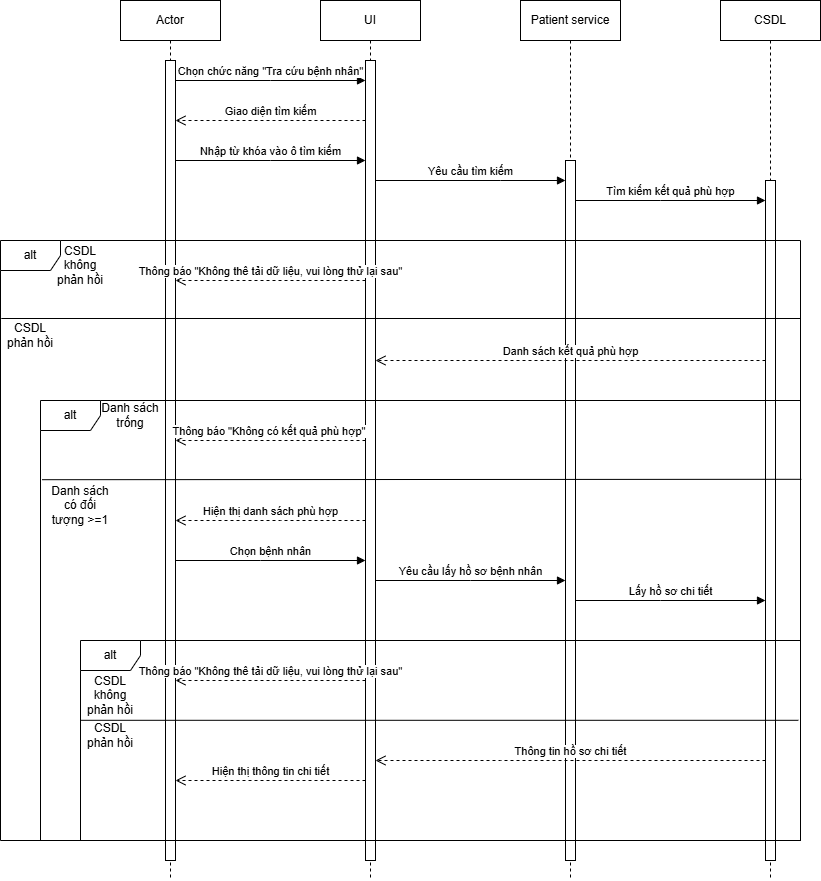
Before: Sequence32_1.drawio.png, a diagram exported from draw.io (Thiencc03-07-2006/PTIT_CNTT2_IT105_Project). Source tidied: cells renumbered, new cells last; positions are measured from the earlier drawing's top-left corner, leaving out a move shared by most shapes.
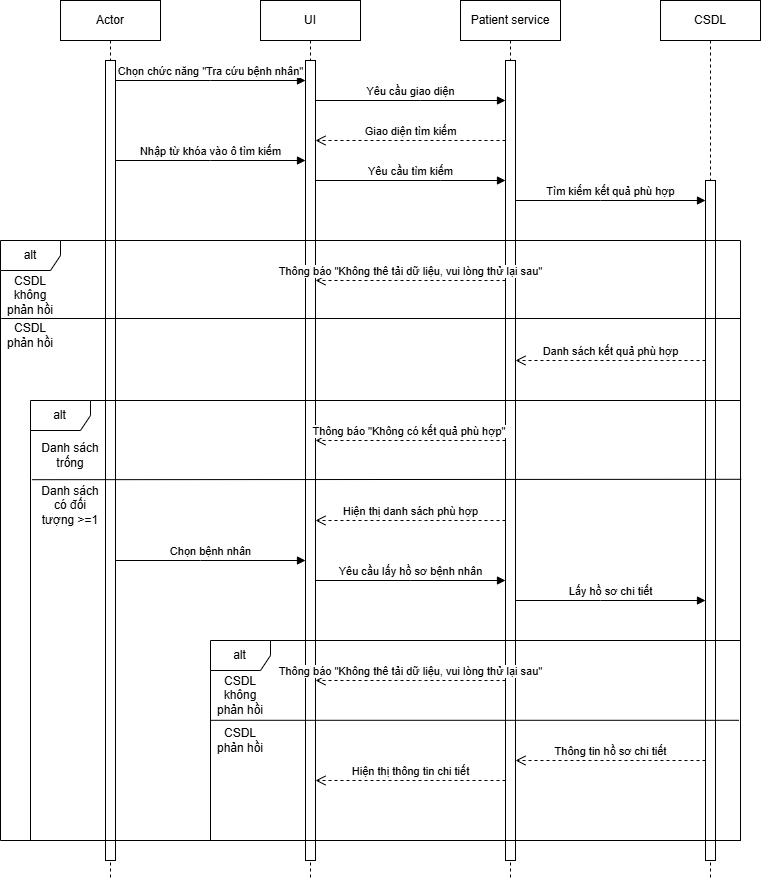
The same file after the commit.

Diff of the diagram source:
```diff
@@ -2,18 +2,70 @@
   <root>
     <mxCell id="0" />
     <mxCell id="1" parent="0" />
+    <mxCell id="37" style="edgeStyle=orthogonalEdgeStyle;rounded=0;orthogonalLoop=1;jettySize=auto;html=1;" parent="1" edge="1">
+      <mxGeometry relative="1" as="geometry">
+        <mxPoint x="220" y="340" as="sourcePoint" />
+      </mxGeometry>
+    </mxCell>
+    <mxCell id="38" value="Text" style="edgeLabel;html=1;align=center;verticalAlign=middle;" parent="37" vertex="1">
+      <mxGeometry x="-0.17" y="1" relative="1" as="geometry" />
+    </mxCell>
+    <mxCell id="39" style="edgeStyle=orthogonalEdgeStyle;rounded=0;orthogonalLoop=1;jettySize=auto;html=1;" parent="1" edge="1">
+      <mxGeometry relative="1" as="geometry">
+        <mxPoint x="380" y="370" as="sourcePoint" />
+      </mxGeometry>
+    </mxCell>
+    <mxCell id="40" value="Text" style="edgeLabel;html=1;align=center;verticalAlign=middle;" parent="39" vertex="1">
+      <mxGeometry x="-0.17" y="1" relative="1" as="geometry" />
+    </mxCell>
+    <mxCell id="41" value="1..* day" style="endArrow=none;html=1;strokeColor=#000000;" parent="1" edge="1">
+      <mxGeometry relative="1" as="geometry">
+        <mxPoint x="530" y="200" as="sourcePoint" />
+      </mxGeometry>
+    </mxCell>
+    <mxCell id="42" value="*..* dangKy" style="endArrow=none;html=1;strokeColor=#000000;" parent="1" edge="1">
+      <mxGeometry relative="1" as="geometry">
+        <mxPoint x="830" y="200" as="targetPoint" />
+      </mxGeometry>
+    </mxCell>
+    <mxCell id="43" style="edgeStyle=orthogonalEdgeStyle;rounded=0;orthogonalLoop=1;jettySize=auto;html=1;" parent="1" edge="1">
+      <mxGeometry relative="1" as="geometry">
+        <mxPoint x="340" y="590" as="sourcePoint" />
+      </mxGeometry>
+    </mxCell>
+    <mxCell id="44" value="Text" style="edgeLabel;html=1;align=center;verticalAlign=middle;" parent="43" vertex="1">
+      <mxGeometry x="-0.17" y="1" relative="1" as="geometry" />
+    </mxCell>
+    <mxCell id="45" style="edgeStyle=orthogonalEdgeStyle;rounded=0;orthogonalLoop=1;jettySize=auto;html=1;" parent="1" edge="1">
+      <mxGeometry relative="1" as="geometry">
+        <mxPoint x="500" y="620" as="sourcePoint" />
+      </mxGeometry>
+    </mxCell>
+    <mxCell id="46" value="Text" style="edgeLabel;html=1;align=center;verticalAlign=middle;" parent="45" vertex="1">
+      <mxGeometry x="-0.17" y="1" relative="1" as="geometry" />
+    </mxCell>
+    <mxCell id="47" value="1..* day" style="endArrow=none;html=1;strokeColor=#000000;" parent="1" edge="1">
+      <mxGeometry relative="1" as="geometry">
+        <mxPoint x="650" y="450" as="sourcePoint" />
+      </mxGeometry>
+    </mxCell>
+    <mxCell id="48" value="*..* dangKy" style="endArrow=none;html=1;strokeColor=#000000;" parent="1" edge="1">
+      <mxGeometry relative="1" as="geometry">
+        <mxPoint x="950" y="450" as="targetPoint" />
+      </mxGeometry>
+    </mxCell>
     <mxCell id="2" value="Patient service" style="shape=umlLifeline;perimeter=lifelinePerimeter;whiteSpace=wrap;html=1;newEdgeStyle={&quot;curved&quot;:0,&quot;rounded&quot;:0};" parent="1" vertex="1">
       <mxGeometry x="520" width="100" height="880" as="geometry" />
     </mxCell>
-    <mxCell id="3" style="html=1;points=[[0,0,0,0,5],[0,1,0,0,-5],[1,0,0,0,5],[1,1,0,0,-5]];perimeter=orthogonalPerimeter;outlineConnect=0;targetShapes=umlLifeline;portConstraint=eastwest;newEdgeStyle={&quot;curved&quot;:0,&quot;rounded&quot;:0};" parent="2" vertex="1">
-      <mxGeometry x="45" y="160" width="10" height="700" as="geometry" />
-    </mxCell>
+    <mxCell id="49" style="html=1;points=[[0,0,0,0,5],[0,1,0,0,-5],[1,0,0,0,5],[1,1,0,0,-5]];perimeter=orthogonalPerimeter;outlineConnect=0;targetShapes=umlLifeline;portConstraint=eastwest;newEdgeStyle={&quot;curved&quot;:0,&quot;rounded&quot;:0};" parent="2" vertex="1">
+      <mxGeometry x="45" y="60" width="10" height="800" as="geometry" />
+    </mxCell>
     <mxCell id="4" value="UI" style="shape=umlLifeline;perimeter=lifelinePerimeter;whiteSpace=wrap;html=1;newEdgeStyle={&quot;curved&quot;:0,&quot;rounded&quot;:0};" parent="1" vertex="1">
       <mxGeometry x="320" width="100" height="880" as="geometry" />
     </mxCell>
-    <mxCell id="5" style="html=1;points=[[0,0,0,0,5],[0,1,0,0,-5],[1,0,0,0,5],[1,1,0,0,-5]];perimeter=orthogonalPerimeter;outlineConnect=0;targetShapes=umlLifeline;portConstraint=eastwest;newEdgeStyle={&quot;curved&quot;:0,&quot;rounded&quot;:0};" parent="4" vertex="1">
-      <mxGeometry x="45" y="60" width="10" height="800" as="geometry" />
-    </mxCell>
+    <mxCell id="50" style="html=1;points=[[0,0,0,0,5],[0,1,0,0,-5],[1,0,0,0,5],[1,1,0,0,-5]];perimeter=orthogonalPerimeter;outlineConnect=0;targetShapes=umlLifeline;portConstraint=eastwest;newEdgeStyle={&quot;curved&quot;:0,&quot;rounded&quot;:0};" parent="4" vertex="1">
+      <mxGeometry x="45" y="60" width="10" height="800" as="geometry" />
+    </mxCell>
     <mxCell id="6" value="CSDL" style="shape=umlLifeline;perimeter=lifelinePerimeter;whiteSpace=wrap;html=1;newEdgeStyle={&quot;curved&quot;:0,&quot;rounded&quot;:0};" parent="1" vertex="1">
       <mxGeometry x="720" width="100" height="880" as="geometry" />
     </mxCell>
@@ -23,149 +75,156 @@
     <mxCell id="8" value="Actor" style="shape=umlLifeline;perimeter=lifelinePerimeter;whiteSpace=wrap;html=1;newEdgeStyle={&quot;curved&quot;:0,&quot;rounded&quot;:0};" parent="1" vertex="1">
       <mxGeometry x="120" width="100" height="880" as="geometry" />
     </mxCell>
-    <mxCell id="9" style="html=1;points=[[0,0,0,0,5],[0,1,0,0,-5],[1,0,0,0,5],[1,1,0,0,-5]];perimeter=orthogonalPerimeter;outlineConnect=0;targetShapes=umlLifeline;portConstraint=eastwest;newEdgeStyle={&quot;curved&quot;:0,&quot;rounded&quot;:0};" parent="8" vertex="1">
-      <mxGeometry x="45" y="60" width="10" height="800" as="geometry" />
-    </mxCell>
+    <mxCell id="51" style="html=1;points=[[0,0,0,0,5],[0,1,0,0,-5],[1,0,0,0,5],[1,1,0,0,-5]];perimeter=orthogonalPerimeter;outlineConnect=0;targetShapes=umlLifeline;portConstraint=eastwest;newEdgeStyle={&quot;curved&quot;:0,&quot;rounded&quot;:0};" parent="8" vertex="1">
+      <mxGeometry x="45" y="60" width="10" height="800" as="geometry" />
+    </mxCell>
-    <mxCell id="10" value="Chọn chức năng &quot;Tra cứu bệnh nhân&quot;" style="html=1;verticalAlign=bottom;endArrow=block;curved=0;rounded=0;" parent="1" edge="1" source="9" target="5">
+    <mxCell id="10" value="Chọn chức năng &quot;Tra cứu bệnh nhân&quot;" style="html=1;verticalAlign=bottom;endArrow=block;curved=0;rounded=0;" parent="1" edge="1" source="51" target="50">
       <mxGeometry relative="1" as="geometry">
         <Array as="points">
           <mxPoint x="270" y="80" />
         </Array>
       </mxGeometry>
     </mxCell>
-    <mxCell id="11" value="Giao diện tìm kiếm" style="html=1;verticalAlign=bottom;endArrow=open;dashed=1;endSize=8;curved=0;rounded=0;" parent="1" edge="1" source="5" target="9">
+    <mxCell id="11" value="Giao diện tìm kiếm" style="html=1;verticalAlign=bottom;endArrow=open;dashed=1;endSize=8;curved=0;rounded=0;" parent="1" edge="1" source="49" target="50">
       <mxGeometry relative="1" as="geometry">
         <Array as="points">
-          <mxPoint x="270" y="120" />
+          <mxPoint x="490" y="140" />
         </Array>
       </mxGeometry>
     </mxCell>
-    <mxCell id="12" value="Nhập từ khóa vào ô tìm kiếm" style="html=1;verticalAlign=bottom;endArrow=block;curved=0;rounded=0;" parent="1" edge="1" source="9" target="5">
+    <mxCell id="12" value="Nhập từ khóa vào ô tìm kiếm" style="html=1;verticalAlign=bottom;endArrow=block;curved=0;rounded=0;" parent="1" edge="1" source="51" target="50">
       <mxGeometry relative="1" as="geometry">
         <Array as="points">
           <mxPoint x="270" y="160" />
         </Array>
       </mxGeometry>
     </mxCell>
-    <mxCell id="13" value="Tìm kiếm kết quả phù hợp" style="html=1;verticalAlign=bottom;endArrow=block;curved=0;rounded=0;" parent="1" edge="1" source="3" target="7">
+    <mxCell id="13" value="Tìm kiếm kết quả phù hợp" style="html=1;verticalAlign=bottom;endArrow=block;curved=0;rounded=0;" parent="1" edge="1" source="49" target="7">
       <mxGeometry relative="1" as="geometry">
         <Array as="points">
           <mxPoint x="660" y="200" />
         </Array>
       </mxGeometry>
     </mxCell>
-    <mxCell id="14" value="alt" style="shape=umlFrame;whiteSpace=wrap;html=1;" parent="1" vertex="1">
-      <mxGeometry x="40" y="400" width="760" height="440" as="geometry" />
-    </mxCell>
+    <mxCell id="52" value="alt" style="shape=umlFrame;whiteSpace=wrap;html=1;" parent="1" vertex="1">
+      <mxGeometry x="90" y="400" width="710" height="440" as="geometry" />
+    </mxCell>
-    <mxCell id="15" value="Danh sách kết quả phù hợp" style="html=1;verticalAlign=bottom;endArrow=open;dashed=1;endSize=8;curved=0;rounded=0;" parent="1" edge="1" source="7" target="5">
+    <mxCell id="15" value="Danh sách kết quả phù hợp" style="html=1;verticalAlign=bottom;endArrow=open;dashed=1;endSize=8;curved=0;rounded=0;" parent="1" edge="1" source="7" target="49">
       <mxGeometry relative="1" as="geometry">
         <Array as="points">
-          <mxPoint x="440" y="360" />
+          <mxPoint x="690" y="360" />
         </Array>
       </mxGeometry>
     </mxCell>
-    <mxCell id="16" value="Hiện thị danh sách phù hợp" style="html=1;verticalAlign=bottom;endArrow=open;dashed=1;endSize=8;curved=0;rounded=0;" parent="1" edge="1" source="5" target="9">
+    <mxCell id="16" value="Hiện thị danh sách phù hợp" style="html=1;verticalAlign=bottom;endArrow=open;dashed=1;endSize=8;curved=0;rounded=0;" parent="1" edge="1" source="49" target="50">
       <mxGeometry relative="1" as="geometry">
         <Array as="points">
-          <mxPoint x="280" y="520" />
+          <mxPoint x="480" y="520" />
         </Array>
       </mxGeometry>
     </mxCell>
-    <mxCell id="17" value="Thông báo &quot;Không có kết quả phù hợp&quot;&amp;nbsp;" style="html=1;verticalAlign=bottom;endArrow=open;dashed=1;endSize=8;curved=0;rounded=0;" parent="1" edge="1" source="5" target="9">
+    <mxCell id="17" value="Thông báo &quot;Không có kết quả phù hợp&quot;&amp;nbsp;" style="html=1;verticalAlign=bottom;endArrow=open;dashed=1;endSize=8;curved=0;rounded=0;" parent="1" edge="1" source="49" target="50">
       <mxGeometry relative="1" as="geometry">
         <Array as="points">
-          <mxPoint x="260" y="440" />
+          <mxPoint x="470" y="440" />
         </Array>
       </mxGeometry>
     </mxCell>
-    <mxCell id="18" value="alt" style="shape=umlFrame;whiteSpace=wrap;html=1;" parent="1" vertex="1">
-      <mxGeometry y="240" width="800" height="600" as="geometry" />
-    </mxCell>
-    <mxCell id="19" value="CSDL không phản hồi" style="text;html=1;whiteSpace=wrap;strokeColor=none;fillColor=none;align=center;verticalAlign=middle;rounded=0;" parent="1" vertex="1">
-      <mxGeometry x="50" y="250" width="60" height="30" as="geometry" />
-    </mxCell>
-    <mxCell id="20" value="Thông báo &quot;Không thê tải dữ liệu, vui lòng thử lại sau&quot;" style="html=1;verticalAlign=bottom;endArrow=open;dashed=1;endSize=8;curved=0;rounded=0;" parent="1" edge="1" source="5" target="9">
-      <mxGeometry relative="1" as="geometry">
-        <Array as="points">
-          <mxPoint x="270" y="280" />
-        </Array>
-      </mxGeometry>
-    </mxCell>
+    <mxCell id="53" value="alt" style="shape=umlFrame;whiteSpace=wrap;html=1;" parent="1" vertex="1">
+      <mxGeometry x="60" y="240" width="740" height="600" as="geometry" />
+    </mxCell>
+    <mxCell id="54" value="CSDL không phản hồi" style="text;html=1;whiteSpace=wrap;strokeColor=none;fillColor=none;align=center;verticalAlign=middle;rounded=0;" parent="1" vertex="1">
+      <mxGeometry x="60" y="280" width="60" height="30" as="geometry" />
+    </mxCell>
+    <mxCell id="55" value="Thông báo &quot;Không thê tải dữ liệu, vui lòng thử lại sau&quot;" style="html=1;verticalAlign=bottom;endArrow=open;dashed=1;endSize=8;curved=0;rounded=0;" parent="1" edge="1" source="49" target="50">
+      <mxGeometry relative="1" as="geometry">
+        <Array as="points">
+          <mxPoint x="470" y="280" />
+        </Array>
+      </mxGeometry>
+    </mxCell>
     <mxCell id="21" value="Danh sách trống" style="text;html=1;whiteSpace=wrap;strokeColor=none;fillColor=none;align=center;verticalAlign=middle;rounded=0;" parent="1" vertex="1">
-      <mxGeometry x="100" y="400" width="60" height="30" as="geometry" />
+      <mxGeometry x="100" y="440" width="60" height="30" as="geometry" />
     </mxCell>
-    <mxCell id="22" value="Chọn bệnh nhân" style="html=1;verticalAlign=bottom;endArrow=block;curved=0;rounded=0;" parent="1" edge="1" source="9" target="5">
+    <mxCell id="22" value="Chọn bệnh nhân" style="html=1;verticalAlign=bottom;endArrow=block;curved=0;rounded=0;" parent="1" edge="1" source="51" target="50">
       <mxGeometry relative="1" as="geometry">
         <Array as="points">
           <mxPoint x="260" y="560" />
         </Array>
       </mxGeometry>
     </mxCell>
-    <mxCell id="23" value="Lấy hồ sơ chi tiết" style="html=1;verticalAlign=bottom;endArrow=block;curved=0;rounded=0;" parent="1" edge="1" source="3" target="7">
+    <mxCell id="23" value="Lấy hồ sơ chi tiết" style="html=1;verticalAlign=bottom;endArrow=block;curved=0;rounded=0;" parent="1" edge="1" source="49" target="7">
       <mxGeometry relative="1" as="geometry">
         <Array as="points">
           <mxPoint x="660" y="600" />
         </Array>
       </mxGeometry>
     </mxCell>
-    <mxCell id="24" value="alt" style="shape=umlFrame;whiteSpace=wrap;html=1;" parent="1" vertex="1">
-      <mxGeometry x="80" y="640" width="720" height="200" as="geometry" />
-    </mxCell>
-    <mxCell id="25" value="CSDL không phản hồi" style="text;html=1;whiteSpace=wrap;strokeColor=none;fillColor=none;align=center;verticalAlign=middle;rounded=0;" parent="1" vertex="1">
-      <mxGeometry x="80" y="680" width="60" height="30" as="geometry" />
-    </mxCell>
-    <mxCell id="26" value="Thông báo &quot;Không thê tải dữ liệu, vui lòng thử lại sau&quot;" style="html=1;verticalAlign=bottom;endArrow=open;dashed=1;endSize=8;curved=0;rounded=0;" parent="1" edge="1" source="5" target="9">
-      <mxGeometry relative="1" as="geometry">
-        <Array as="points">
-          <mxPoint x="260" y="680" />
-        </Array>
-      </mxGeometry>
-    </mxCell>
+    <mxCell id="56" value="alt" style="shape=umlFrame;whiteSpace=wrap;html=1;" parent="1" vertex="1">
+      <mxGeometry x="270" y="640" width="530" height="200" as="geometry" />
+    </mxCell>
+    <mxCell id="57" value="CSDL không phản hồi" style="text;html=1;whiteSpace=wrap;strokeColor=none;fillColor=none;align=center;verticalAlign=middle;rounded=0;" parent="1" vertex="1">
+      <mxGeometry x="270" y="680" width="60" height="30" as="geometry" />
+    </mxCell>
+    <mxCell id="58" value="Thông báo &quot;Không thê tải dữ liệu, vui lòng thử lại sau&quot;" style="html=1;verticalAlign=bottom;endArrow=open;dashed=1;endSize=8;curved=0;rounded=0;" parent="1" edge="1" source="49" target="50">
+      <mxGeometry relative="1" as="geometry">
+        <Array as="points">
+          <mxPoint x="480" y="680" />
+        </Array>
+      </mxGeometry>
+    </mxCell>
-    <mxCell id="27" value="Thông tin hồ sơ chi tiết" style="html=1;verticalAlign=bottom;endArrow=open;dashed=1;endSize=8;curved=0;rounded=0;" parent="1" edge="1" source="7" target="5">
+    <mxCell id="27" value="Thông tin hồ sơ chi tiết" style="html=1;verticalAlign=bottom;endArrow=open;dashed=1;endSize=8;curved=0;rounded=0;" parent="1" edge="1" source="7" target="49">
       <mxGeometry relative="1" as="geometry">
         <Array as="points">
-          <mxPoint x="500" y="760" />
+          <mxPoint x="660" y="760" />
         </Array>
       </mxGeometry>
     </mxCell>
-    <mxCell id="28" value="Hiện thị thông tin chi tiết" style="html=1;verticalAlign=bottom;endArrow=open;dashed=1;endSize=8;curved=0;rounded=0;" parent="1" edge="1" source="5" target="9">
+    <mxCell id="28" value="Hiện thị thông tin chi tiết" style="html=1;verticalAlign=bottom;endArrow=open;dashed=1;endSize=8;curved=0;rounded=0;" parent="1" edge="1" source="49" target="50">
       <mxGeometry relative="1" as="geometry">
         <Array as="points">
-          <mxPoint x="300" y="780" />
+          <mxPoint x="460" y="780" />
         </Array>
       </mxGeometry>
     </mxCell>
-    <mxCell id="29" style="endArrow=none;html=1;rounded=0;exitX=0.001;exitY=0.13;exitDx=0;exitDy=0;exitPerimeter=0;entryX=1;entryY=0.13;entryDx=0;entryDy=0;entryPerimeter=0;" parent="1" edge="1" source="18" target="18">
-      <mxGeometry relative="1" as="geometry" />
-    </mxCell>
-    <mxCell id="30" style="endArrow=none;html=1;rounded=0;exitX=0.002;exitY=0.18;exitDx=0;exitDy=0;exitPerimeter=0;entryX=1.001;entryY=0.398;entryDx=0;entryDy=0;entryPerimeter=0;" parent="1" edge="1" source="14" target="18">
-      <mxGeometry relative="1" as="geometry" />
-    </mxCell>
-    <mxCell id="31" style="endArrow=none;html=1;rounded=0;exitX=0.001;exitY=0.399;exitDx=0;exitDy=0;exitPerimeter=0;entryX=0.997;entryY=0.399;entryDx=0;entryDy=0;entryPerimeter=0;" parent="1" edge="1" source="24" target="24">
-      <mxGeometry relative="1" as="geometry" />
-    </mxCell>
-    <mxCell id="32" value="CSDL phản hồi" style="text;html=1;whiteSpace=wrap;strokeColor=none;fillColor=none;align=center;verticalAlign=middle;rounded=0;" parent="1" vertex="1">
-      <mxGeometry y="320" width="60" height="30" as="geometry" />
-    </mxCell>
-    <mxCell id="33" value="CSDL phản hồi" style="text;html=1;whiteSpace=wrap;strokeColor=none;fillColor=none;align=center;verticalAlign=middle;rounded=0;" parent="1" vertex="1">
-      <mxGeometry x="80" y="720" width="60" height="30" as="geometry" />
-    </mxCell>
+    <mxCell id="59" style="endArrow=none;html=1;rounded=0;exitX=0.001;exitY=0.13;exitDx=0;exitDy=0;exitPerimeter=0;entryX=1;entryY=0.13;entryDx=0;entryDy=0;entryPerimeter=0;" parent="1" edge="1" source="53" target="53">
+      <mxGeometry relative="1" as="geometry" />
+    </mxCell>
+    <mxCell id="60" style="endArrow=none;html=1;rounded=0;exitX=0.002;exitY=0.18;exitDx=0;exitDy=0;exitPerimeter=0;entryX=1.001;entryY=0.398;entryDx=0;entryDy=0;entryPerimeter=0;" parent="1" edge="1" source="52" target="53">
+      <mxGeometry relative="1" as="geometry" />
+    </mxCell>
+    <mxCell id="61" style="endArrow=none;html=1;rounded=0;exitX=0.001;exitY=0.399;exitDx=0;exitDy=0;exitPerimeter=0;entryX=0.997;entryY=0.399;entryDx=0;entryDy=0;entryPerimeter=0;" parent="1" edge="1" source="56" target="56">
+      <mxGeometry relative="1" as="geometry" />
+    </mxCell>
+    <mxCell id="62" value="CSDL phản hồi" style="text;html=1;whiteSpace=wrap;strokeColor=none;fillColor=none;align=center;verticalAlign=middle;rounded=0;" parent="1" vertex="1">
+      <mxGeometry x="60" y="320" width="60" height="30" as="geometry" />
+    </mxCell>
+    <mxCell id="63" value="CSDL phản hồi" style="text;html=1;whiteSpace=wrap;strokeColor=none;fillColor=none;align=center;verticalAlign=middle;rounded=0;" parent="1" vertex="1">
+      <mxGeometry x="270" y="725" width="60" height="30" as="geometry" />
+    </mxCell>
     <mxCell id="34" value="Danh sách có đối tượng &amp;gt;=1" style="text;html=1;whiteSpace=wrap;strokeColor=none;fillColor=none;align=center;verticalAlign=middle;rounded=0;" parent="1" vertex="1">
-      <mxGeometry x="50" y="490" width="60" height="30" as="geometry" />
+      <mxGeometry x="100" y="490" width="60" height="30" as="geometry" />
     </mxCell>
-    <mxCell id="35" value="Yêu cầu tìm kiếm" style="html=1;verticalAlign=bottom;endArrow=block;curved=0;rounded=0;" parent="1" edge="1" source="5" target="3">
+    <mxCell id="35" value="Yêu cầu tìm kiếm" style="html=1;verticalAlign=bottom;endArrow=block;curved=0;rounded=0;" parent="1" edge="1" source="50" target="49">
       <mxGeometry relative="1" as="geometry">
         <Array as="points">
           <mxPoint x="500" y="180" />
         </Array>
       </mxGeometry>
     </mxCell>
-    <mxCell id="36" value="Yêu cầu lấy hồ sơ bệnh nhân" style="html=1;verticalAlign=bottom;endArrow=block;curved=0;rounded=0;" parent="1" edge="1" source="5" target="3">
+    <mxCell id="36" value="Yêu cầu lấy hồ sơ bệnh nhân" style="html=1;verticalAlign=bottom;endArrow=block;curved=0;rounded=0;" parent="1" edge="1" source="50" target="49">
       <mxGeometry relative="1" as="geometry">
         <Array as="points">
           <mxPoint x="470" y="580" />
         </Array>
       </mxGeometry>
     </mxCell>
+    <mxCell id="64" value="Yêu cầu giao diện" style="html=1;verticalAlign=bottom;endArrow=block;curved=0;rounded=0;" parent="1" edge="1" source="50" target="49">
+      <mxGeometry relative="1" as="geometry">
+        <Array as="points">
+          <mxPoint x="480" y="100" />
+        </Array>
+      </mxGeometry>
+    </mxCell>
   </root>
 </mxGraphModel>
```
